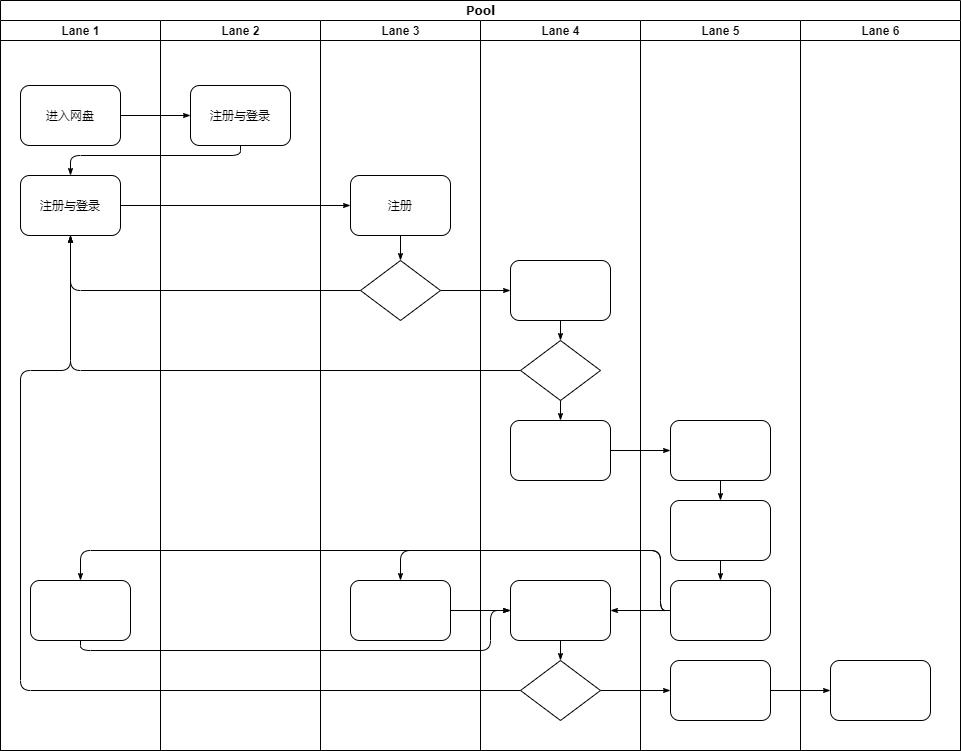
Above: 数据流图.png in deepinsea/draw (draw.io), before the change. Source tidied: cells renumbered, new cells last; positions are measured from the earlier drawing's top-left corner, leaving out a move shared by most shapes.
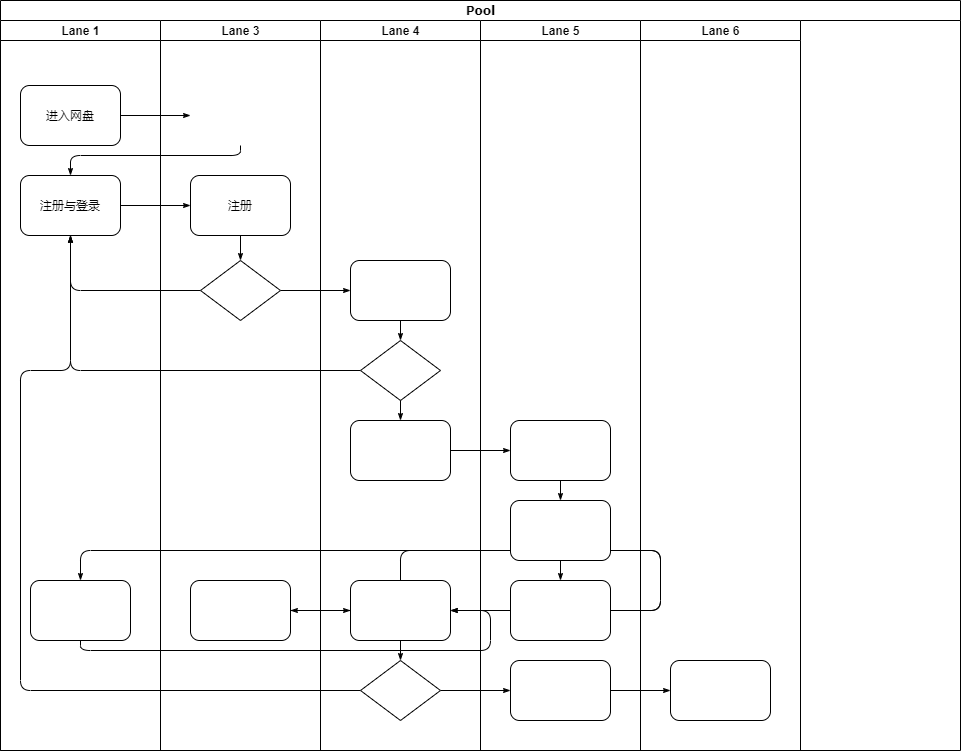
Later version of the same file.

Commit message:
更新数据流图.png

What changed in the source:
```diff
@@ -17,11 +17,14 @@
     <mxCell id="6" style="rounded=1;whiteSpace=wrap;html=1;shadow=0;labelBackgroundColor=none;strokeWidth=1;fontFamily=Verdana;fontSize=8;align=center;" parent="3" vertex="1">
       <mxGeometry x="30" y="560" width="100" height="60" as="geometry" />
     </mxCell>
-    <mxCell id="7" style="edgeStyle=orthogonalEdgeStyle;rounded=1;html=1;labelBackgroundColor=none;startArrow=none;startFill=0;startSize=5;endArrow=classicThin;endFill=1;endSize=5;jettySize=auto;strokeWidth=1;fontFamily=Verdana;fontSize=8;" parent="2" edge="1" source="4" target="23">
-      <mxGeometry relative="1" as="geometry" />
+    <mxCell id="7" style="edgeStyle=orthogonalEdgeStyle;rounded=1;html=1;labelBackgroundColor=none;startArrow=none;startFill=0;startSize=5;endArrow=classicThin;endFill=1;endSize=5;jettySize=auto;strokeWidth=1;fontFamily=Verdana;fontSize=8;" parent="2" edge="1" source="4">
+      <mxGeometry relative="1" as="geometry">
+        <mxPoint x="190" y="115" as="targetPoint" />
+      </mxGeometry>
     </mxCell>
-    <mxCell id="8" style="edgeStyle=orthogonalEdgeStyle;rounded=1;html=1;labelBackgroundColor=none;startArrow=none;startFill=0;startSize=5;endArrow=classicThin;endFill=1;endSize=5;jettySize=auto;strokeWidth=1;fontFamily=Verdana;fontSize=8;" parent="2" edge="1" source="23" target="5">
+    <mxCell id="8" style="edgeStyle=orthogonalEdgeStyle;rounded=1;html=1;labelBackgroundColor=none;startArrow=none;startFill=0;startSize=5;endArrow=classicThin;endFill=1;endSize=5;jettySize=auto;strokeWidth=1;fontFamily=Verdana;fontSize=8;" parent="2" edge="1" target="5">
       <mxGeometry relative="1" as="geometry">
+        <mxPoint x="240" y="145" as="sourcePoint" />
         <Array as="points">
           <mxPoint x="240" y="155" />
           <mxPoint x="70" y="155" />
@@ -91,14 +94,8 @@
     <mxCell id="21" style="edgeStyle=orthogonalEdgeStyle;rounded=1;html=1;labelBackgroundColor=none;startArrow=none;startFill=0;startSize=5;endArrow=classicThin;endFill=1;endSize=5;jettySize=auto;strokeWidth=1;fontFamily=Verdana;fontSize=8;" parent="2" edge="1" source="27" target="33">
       <mxGeometry relative="1" as="geometry" />
     </mxCell>
-    <mxCell id="22" value="Lane 2" style="swimlane;html=1;startSize=20;" parent="2" vertex="1">
-      <mxGeometry x="160" y="20" width="160" height="730" as="geometry" />
-    </mxCell>
-    <mxCell id="23" value="注册与登录" style="rounded=1;whiteSpace=wrap;html=1;shadow=0;labelBackgroundColor=none;strokeWidth=1;fontFamily=Verdana;fontSize=8;align=center;" parent="22" vertex="1">
-      <mxGeometry x="30" y="65" width="100" height="60" as="geometry" />
-    </mxCell>
     <mxCell id="24" value="Lane 3" style="swimlane;html=1;startSize=20;" parent="2" vertex="1">
-      <mxGeometry x="320" y="20" width="160" height="730" as="geometry" />
+      <mxGeometry x="160" y="20" width="160" height="730" as="geometry" />
     </mxCell>
     <mxCell id="25" value="注册" style="rounded=1;whiteSpace=wrap;html=1;shadow=0;labelBackgroundColor=none;strokeWidth=1;fontFamily=Verdana;fontSize=8;align=center;" parent="24" vertex="1">
       <mxGeometry x="30" y="155" width="100" height="60" as="geometry" />
@@ -113,7 +110,7 @@
       <mxGeometry relative="1" as="geometry" />
     </mxCell>
     <mxCell id="29" value="Lane 4" style="swimlane;html=1;startSize=20;" parent="2" vertex="1">
-      <mxGeometry x="480" y="20" width="160" height="730" as="geometry" />
+      <mxGeometry x="320" y="20" width="160" height="730" as="geometry" />
     </mxCell>
     <mxCell id="30" style="rounded=1;whiteSpace=wrap;html=1;shadow=0;labelBackgroundColor=none;strokeWidth=1;fontFamily=Verdana;fontSize=8;align=center;" parent="29" vertex="1">
       <mxGeometry x="30" y="240" width="100" height="60" as="geometry" />
@@ -140,7 +137,7 @@
       <mxGeometry relative="1" as="geometry" />
     </mxCell>
     <mxCell id="38" value="Lane 5" style="swimlane;html=1;startSize=20;" parent="2" vertex="1">
-      <mxGeometry x="640" y="20" width="160" height="730" as="geometry" />
+      <mxGeometry x="480" y="20" width="160" height="730" as="geometry" />
     </mxCell>
     <mxCell id="39" style="rounded=1;whiteSpace=wrap;html=1;shadow=0;labelBackgroundColor=none;strokeWidth=1;fontFamily=Verdana;fontSize=8;align=center;" parent="38" vertex="1">
       <mxGeometry x="30" y="400" width="100" height="60" as="geometry" />
@@ -161,7 +158,7 @@
       <mxGeometry relative="1" as="geometry" />
     </mxCell>
     <mxCell id="45" value="Lane 6" style="swimlane;html=1;startSize=20;" parent="2" vertex="1">
-      <mxGeometry x="800" y="20" width="160" height="730" as="geometry" />
+      <mxGeometry x="640" y="20" width="160" height="730" as="geometry" />
     </mxCell>
     <mxCell id="46" style="rounded=1;whiteSpace=wrap;html=1;shadow=0;labelBackgroundColor=none;strokeWidth=1;fontFamily=Verdana;fontSize=8;align=center;" parent="45" vertex="1">
       <mxGeometry x="30" y="640" width="100" height="60" as="geometry" />
```
